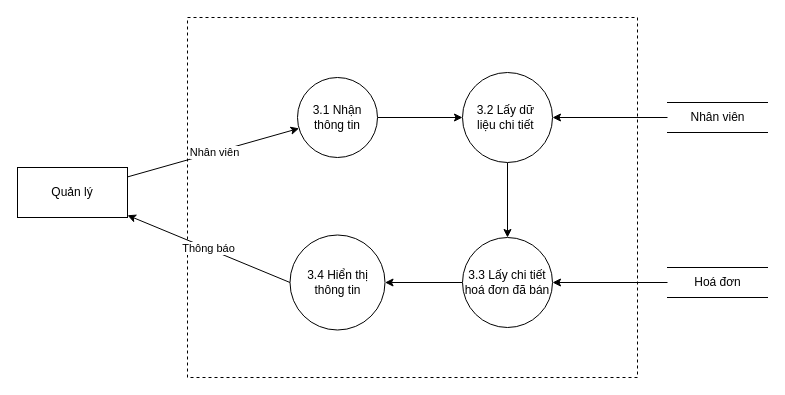
Before: page "DFD Mức 2 - 3" (8 of 12) of Document/ĐồÁn/Diagram/Sơ đồ chức năng ministore.drawio in EdgarIgnite16/HTTTDN-Project, a draw.io diagram. Source tidied: cells renumbered, new cells numbered last; positions are measured from the earlier drawing's top-left corner, leaving out a move shared by most shapes. Both pictures are drawn from the tidied source at 100%, with x=0, y=0 at pixel (17, 17).
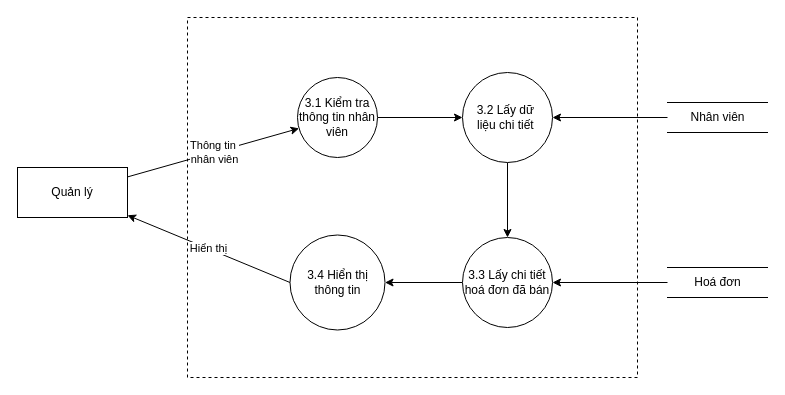
The same diagram, later.

What changed in the source:
```diff
@@
 <mxGraphModel>
   <root>
     <mxCell id="0" />
     <mxCell id="1" parent="0" />
     <mxCell id="2" style="rounded=0;whiteSpace=wrap;html=1;fontFamily=Helvetica;fontSize=12;dashed=1;" parent="1" vertex="1">
       <mxGeometry x="170" width="450" height="360" as="geometry" />
     </mxCell>
     <mxCell id="3" style="edgeStyle=orthogonalEdgeStyle;rounded=0;jettySize=auto;html=1;entryX=0;entryY=0.5;entryDx=0;entryDy=0;" parent="1" edge="1" source="4" target="10">
       <mxGeometry relative="1" as="geometry" />
     </mxCell>
-    <mxCell id="4" value="3.1 Nhận thông tin" style="ellipse;whiteSpace=wrap;html=1;fontFamily=Helvetica;" parent="1" vertex="1">
+    <mxCell id="4" value="3.1 Kiểm tra thông tin nhân viên" style="ellipse;whiteSpace=wrap;html=1;fontFamily=Helvetica;" parent="1" vertex="1">
       <mxGeometry x="280" y="60" width="80" height="80" as="geometry" />
     </mxCell>
-    <mxCell id="5" value="Nhân viên" style="rounded=0;jettySize=auto;html=1;" parent="1" edge="1" source="6" target="4">
+    <mxCell id="5" value="Thông tin&amp;nbsp;&lt;div&gt;nhân viên&lt;/div&gt;" style="rounded=0;jettySize=auto;html=1;" parent="1" edge="1" source="6" target="4">
       <mxGeometry x="0.01" relative="1" as="geometry" />
     </mxCell>
     <mxCell id="6" value="&lt;div&gt;&lt;span style=&quot;background-color: initial;&quot;&gt;Quản lý&lt;/span&gt;&lt;br&gt;&lt;/div&gt;" style="html=1;whiteSpace=wrap;" parent="1" vertex="1">
       <mxGeometry y="150" width="110" height="50" as="geometry" />
     </mxCell>
-    <mxCell id="7" value="Thông báo" style="rounded=0;jettySize=auto;html=1;exitX=0;exitY=0.5;exitDx=0;exitDy=0;" parent="1" edge="1" source="11" target="6">
+    <mxCell id="7" value="Hiển thị" style="rounded=0;jettySize=auto;html=1;exitX=0;exitY=0.5;exitDx=0;exitDy=0;" parent="1" edge="1" source="11" target="6">
       <mxGeometry relative="1" as="geometry" />
     </mxCell>
     <mxCell id="8" value="Nhân viên" style="html=1;dashed=0;whitespace=wrap;shape=partialRectangle;right=0;left=0;fontFamily=Helvetica;" parent="1" vertex="1">
       <mxGeometry x="650" y="85" width="100" height="30" as="geometry" />
     </mxCell>
     <mxCell id="9" style="rounded=0;jettySize=auto;html=1;" parent="1" edge="1" source="10" target="14">
       <mxGeometry relative="1" as="geometry" />
     </mxCell>
     <mxCell id="10" value="3.2 Lấy dữ&amp;nbsp;&lt;div&gt;liệu chi tiết&amp;nbsp;&lt;/div&gt;" style="ellipse;whiteSpace=wrap;html=1;fontFamily=Helvetica;" parent="1" vertex="1">
       <mxGeometry x="445" y="55" width="90" height="90" as="geometry" />
     </mxCell>
     <mxCell id="11" value="3.4 Hiển thị thông tin" style="ellipse;whiteSpace=wrap;html=1;fontFamily=Helvetica;" parent="1" vertex="1">
       <mxGeometry x="272.5" y="217.5" width="95" height="95" as="geometry" />
     </mxCell>
     <mxCell id="12" style="edgeStyle=orthogonalEdgeStyle;rounded=0;jettySize=auto;html=1;exitX=0;exitY=0.5;exitDx=0;exitDy=0;entryX=1;entryY=0.5;entryDx=0;entryDy=0;" parent="1" edge="1" source="8" target="10">
       <mxGeometry relative="1" as="geometry" />
     </mxCell>
     <mxCell id="13" style="edgeStyle=orthogonalEdgeStyle;rounded=0;jettySize=auto;html=1;" parent="1" edge="1" source="14" target="11">
       <mxGeometry relative="1" as="geometry" />
     </mxCell>
     <mxCell id="14" value="3.3 Lấy chi tiết&lt;div&gt;hoá đơn đã bán&lt;/div&gt;" style="ellipse;whiteSpace=wrap;html=1;fontFamily=Helvetica;" parent="1" vertex="1">
       <mxGeometry x="445" y="220" width="90" height="90" as="geometry" />
     </mxCell>
     <mxCell id="15" value="Hoá đơn" style="html=1;dashed=0;whitespace=wrap;shape=partialRectangle;right=0;left=0;fontFamily=Helvetica;" parent="1" vertex="1">
       <mxGeometry x="650" y="250" width="100" height="30" as="geometry" />
     </mxCell>
     <mxCell id="16" style="edgeStyle=orthogonalEdgeStyle;rounded=0;jettySize=auto;html=1;" parent="1" edge="1" source="15" target="14">
       <mxGeometry relative="1" as="geometry" />
     </mxCell>
   </root>
 </mxGraphModel>
```
